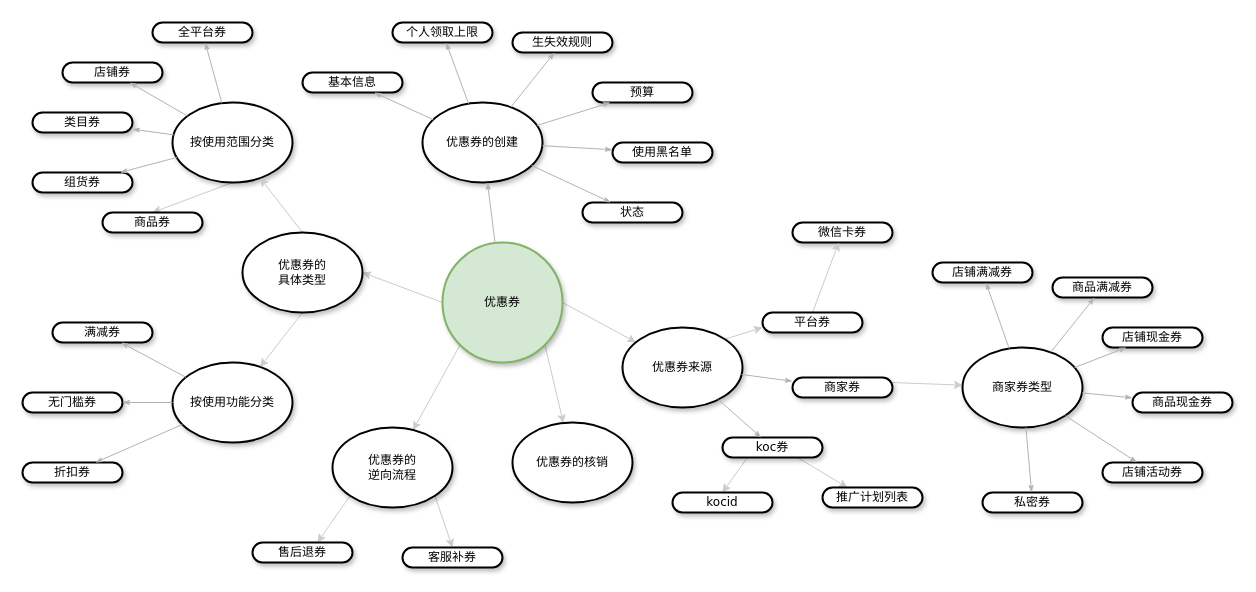
The draw.io diagram page "Page-35" (33 of 34) of Untitled Diagram.drawio in zengcrvip/basedemo, before the edit. Source tidied: cells renumbered, new cells numbered last; positions are measured from the earlier drawing's top-left corner, leaving out a move shared by most shapes. Both pictures are drawn from the tidied source at 100%, with x=0, y=0 at pixel (22, 22).
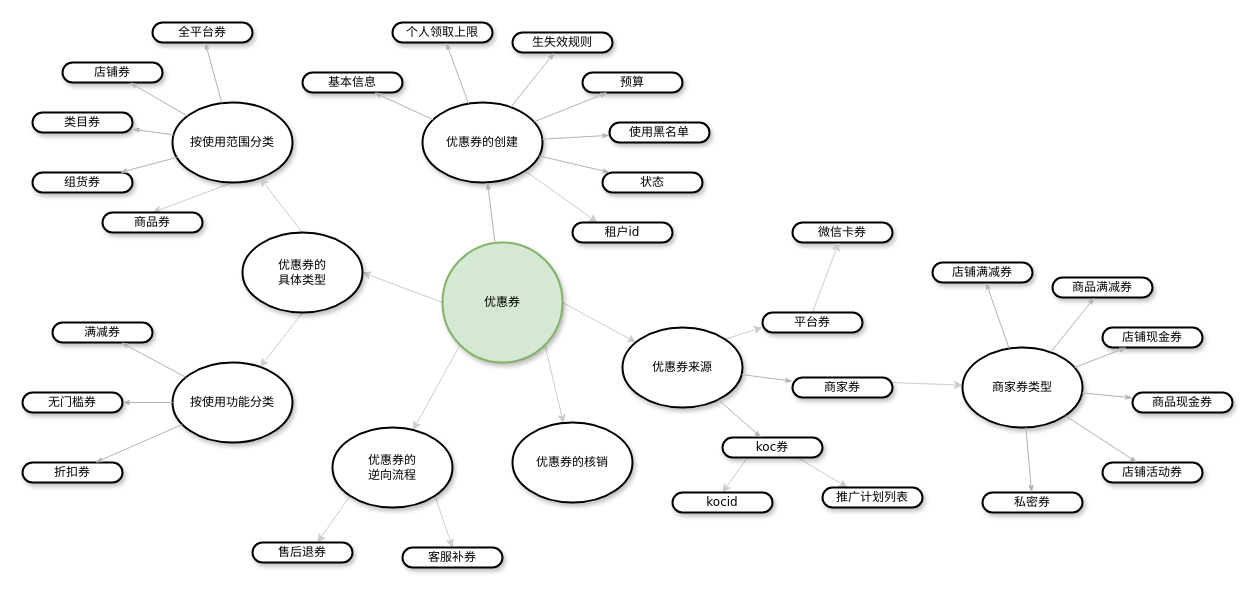
After the change.

The change refers to these unchanged cells:
```xml
<mxCell id="5" value="&lt;span&gt;优惠券的创建&lt;/span&gt;" style="ellipse;whiteSpace=wrap;html=1;rounded=1;shadow=1;comic=0;labelBackgroundColor=none;strokeWidth=2;fontFamily=Verdana;fontSize=12;align=center;" parent="1" vertex="1">
  <mxGeometry x="400" y="80" width="120" height="80" as="geometry" />
</mxCell>
```

What changed in the source:
```diff
@@
+    <mxCell id="75" style="edgeStyle=none;rounded=1;jettySize=auto;html=1;exitX=1;exitY=1;exitDx=0;exitDy=0;entryX=0.25;entryY=0;entryDx=0;entryDy=0;labelBackgroundColor=default;fontFamily=Verdana;fontSize=12;fontColor=#000000;strokeColor=#CCCCCC;" parent="1" edge="1" source="5" target="76">
+      <mxGeometry relative="1" as="geometry" />
+    </mxCell>
@@
     <mxCell id="24" value="&lt;span&gt;预算&lt;/span&gt;" style="whiteSpace=wrap;html=1;rounded=1;shadow=1;comic=0;labelBackgroundColor=none;strokeWidth=2;fontFamily=Verdana;fontSize=12;align=center;arcSize=50;" parent="1" vertex="1">
-      <mxGeometry x="570" y="60" width="100" height="20" as="geometry" />
+      <mxGeometry x="560" y="50" width="100" height="20" as="geometry" />
     </mxCell>
     <mxCell id="25" value="&lt;span&gt;使用黑名单&lt;/span&gt;" style="whiteSpace=wrap;html=1;rounded=1;shadow=1;comic=0;labelBackgroundColor=none;strokeWidth=2;fontFamily=Verdana;fontSize=12;align=center;arcSize=50;" parent="1" vertex="1">
-      <mxGeometry x="590" y="120" width="100" height="20" as="geometry" />
+      <mxGeometry x="587" y="100" width="100" height="20" as="geometry" />
     </mxCell>
     <mxCell id="26" value="&lt;span&gt;状态&lt;/span&gt;" style="whiteSpace=wrap;html=1;rounded=1;shadow=1;comic=0;labelBackgroundColor=none;strokeWidth=2;fontFamily=Verdana;fontSize=12;align=center;arcSize=50;" parent="1" vertex="1">
-      <mxGeometry x="560" y="180" width="100" height="20" as="geometry" />
+      <mxGeometry x="580" y="150" width="100" height="20" as="geometry" />
     </mxCell>
@@
+    <mxCell id="76" value="&lt;span&gt;租户id&lt;/span&gt;" style="whiteSpace=wrap;html=1;rounded=1;shadow=1;comic=0;labelBackgroundColor=none;strokeWidth=2;fontFamily=Verdana;fontSize=12;align=center;arcSize=50;" parent="1" vertex="1">
+      <mxGeometry x="550" y="200" width="100" height="20" as="geometry" />
+    </mxCell>
```
